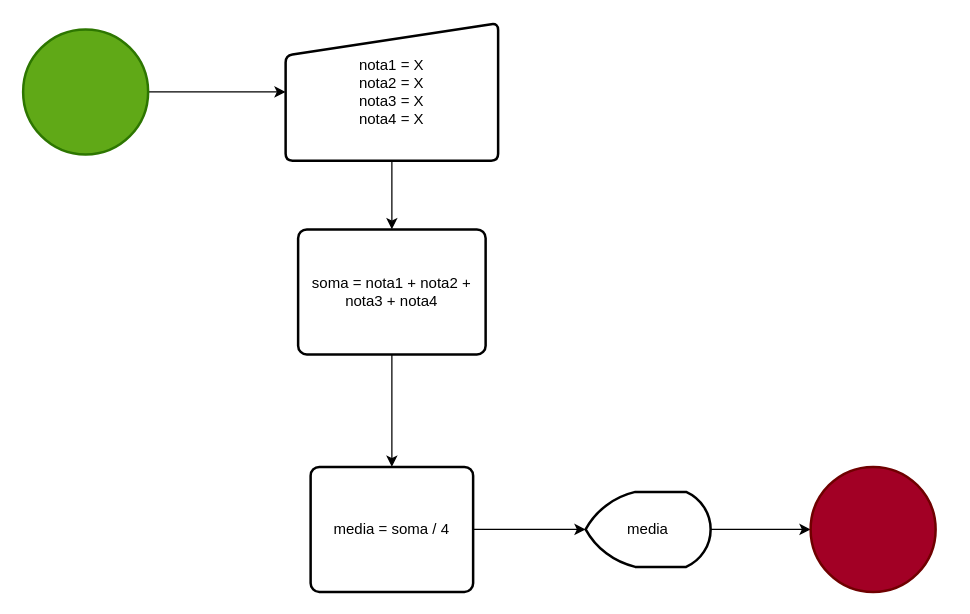
Above: aulas/aula01/calculo_notas.drawio in Gui94Siqueira/Logica-Programacao (draw.io), before the change. Source tidied: cells renumbered, new cells numbered last; positions are measured from the earlier drawing's top-left corner, leaving out a move shared by most shapes. Both pictures are drawn from the tidied source at 125%, with x=0, y=0 at pixel (22, 22).
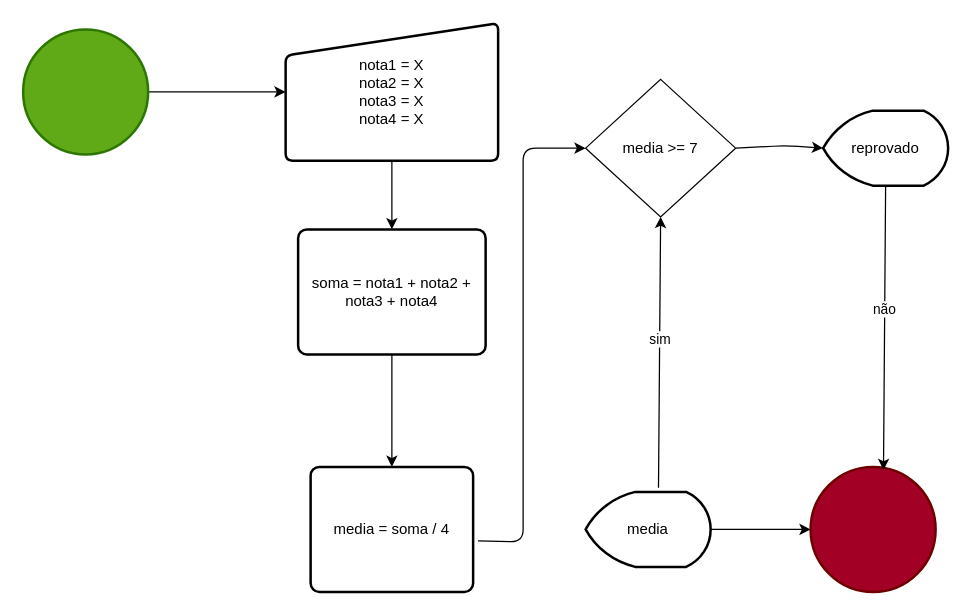
The same page after the edit.

Unchanged cells that the change refers to:
```xml
<mxCell id="9" value="media = soma / 4" style="rounded=1;whiteSpace=wrap;html=1;absoluteArcSize=1;arcSize=14;strokeWidth=2;" parent="1" vertex="1">
  <mxGeometry x="230" y="355" width="130" height="100" as="geometry" />
</mxCell>
<mxCell id="11" value="media" style="strokeWidth=2;html=1;shape=mxgraph.flowchart.display;whiteSpace=wrap;" parent="1" vertex="1">
  <mxGeometry x="450" y="375" width="100" height="60" as="geometry" />
</mxCell>
<mxCell id="12" style="strokeWidth=2;html=1;shape=mxgraph.flowchart.start_2;whiteSpace=wrap;fillColor=#a20025;fontColor=#ffffff;strokeColor=#6F0000;" parent="1" vertex="1">
  <mxGeometry x="630" y="355" width="100" height="100" as="geometry" />
</mxCell>
```

What changed in the source:
```diff
@@
-    <mxCell id="8" style="edgeStyle=none;html=1;entryX=0;entryY=0.5;entryDx=0;entryDy=0;entryPerimeter=0;" parent="1" edge="1" source="9" target="11">
-      <mxGeometry relative="1" as="geometry" />
+    <mxCell id="8" style="edgeStyle=none;html=1;entryX=0;entryY=0.5;entryDx=0;entryDy=0;exitX=1.03;exitY=0.592;exitDx=0;exitDy=0;exitPerimeter=0;" parent="1" edge="1" source="9" target="13">
+      <mxGeometry relative="1" as="geometry">
+        <Array as="points">
+          <mxPoint x="400" y="415" />
+          <mxPoint x="400" y="100" />
+        </Array>
+      </mxGeometry>
     </mxCell>
@@
+    <mxCell id="13" value="media &amp;gt;= 7" style="rhombus;whiteSpace=wrap;html=1;" parent="1" vertex="1">
+      <mxGeometry x="450" y="45" width="120" height="110" as="geometry" />
+    </mxCell>
+    <mxCell id="14" value="reprovado" style="strokeWidth=2;html=1;shape=mxgraph.flowchart.display;whiteSpace=wrap;" parent="1" vertex="1">
+      <mxGeometry x="640" y="70" width="100" height="60" as="geometry" />
+    </mxCell>
+    <mxCell id="15" style="edgeStyle=none;html=1;exitX=0.583;exitY=-0.056;exitDx=0;exitDy=0;exitPerimeter=0;" parent="1" edge="1" source="11">
+      <mxGeometry relative="1" as="geometry">
+        <mxPoint x="510" y="155" as="targetPoint" />
+      </mxGeometry>
+    </mxCell>
+    <mxCell id="16" value="sim&amp;nbsp;" style="edgeLabel;html=1;align=center;verticalAlign=middle;" parent="15" vertex="1">
+      <mxGeometry x="0.1" y="-1" relative="1" as="geometry" />
+    </mxCell>
+    <mxCell id="17" style="edgeStyle=none;html=1;entryX=0;entryY=0.5;entryDx=0;entryDy=0;entryPerimeter=0;exitX=1;exitY=0.5;exitDx=0;exitDy=0;" parent="1" edge="1" source="13" target="14">
+      <mxGeometry relative="1" as="geometry">
+        <Array as="points">
+          <mxPoint x="610" y="98" />
+        </Array>
+      </mxGeometry>
+    </mxCell>
+    <mxCell id="18" style="edgeStyle=none;html=1;exitX=0.5;exitY=1;exitDx=0;exitDy=0;exitPerimeter=0;entryX=0.583;entryY=0.025;entryDx=0;entryDy=0;entryPerimeter=0;" parent="1" edge="1" source="14" target="12">
+      <mxGeometry relative="1" as="geometry" />
+    </mxCell>
+    <mxCell id="19" value="não" style="edgeLabel;html=1;align=center;verticalAlign=middle;" parent="18" vertex="1">
+      <mxGeometry x="-0.13" y="-1" relative="1" as="geometry" />
+    </mxCell>
```
